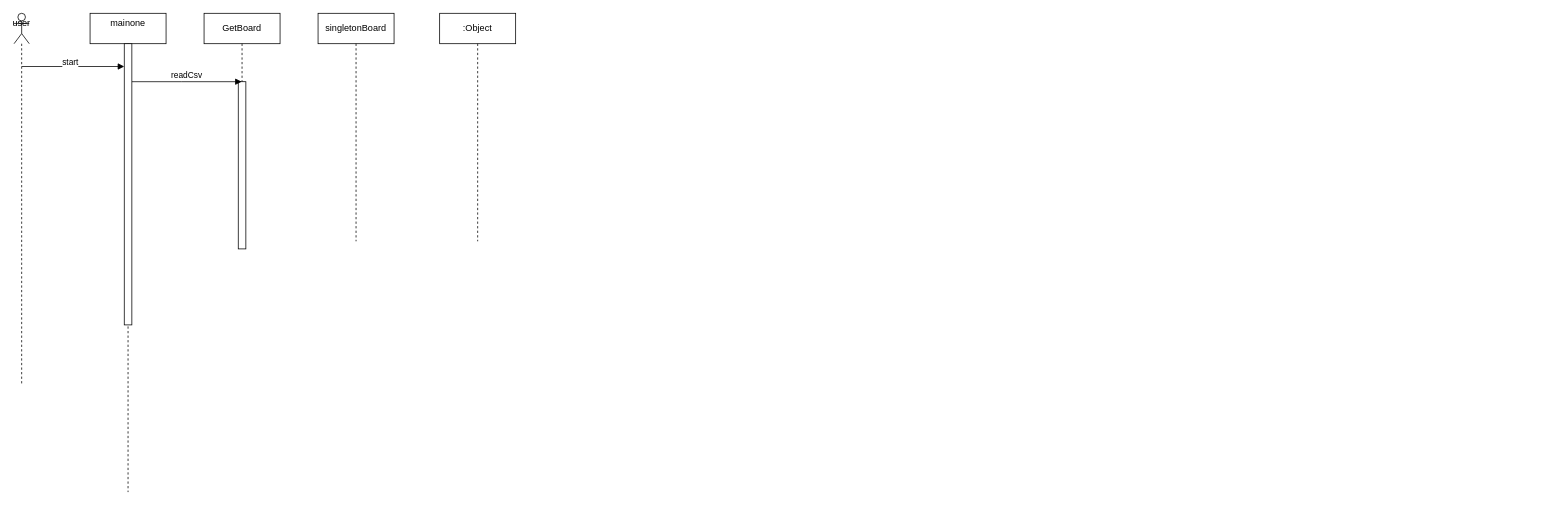
The draw.io diagram sudokuSequanceUml.drawio in catray05/lab10, before the edit. Source tidied: cells renumbered, new cells numbered last; positions are measured from the earlier drawing's top-left corner, leaving out a move shared by most shapes. Both pictures are drawn from the tidied source at 76%, with x=0, y=0 at pixel (14, 13).
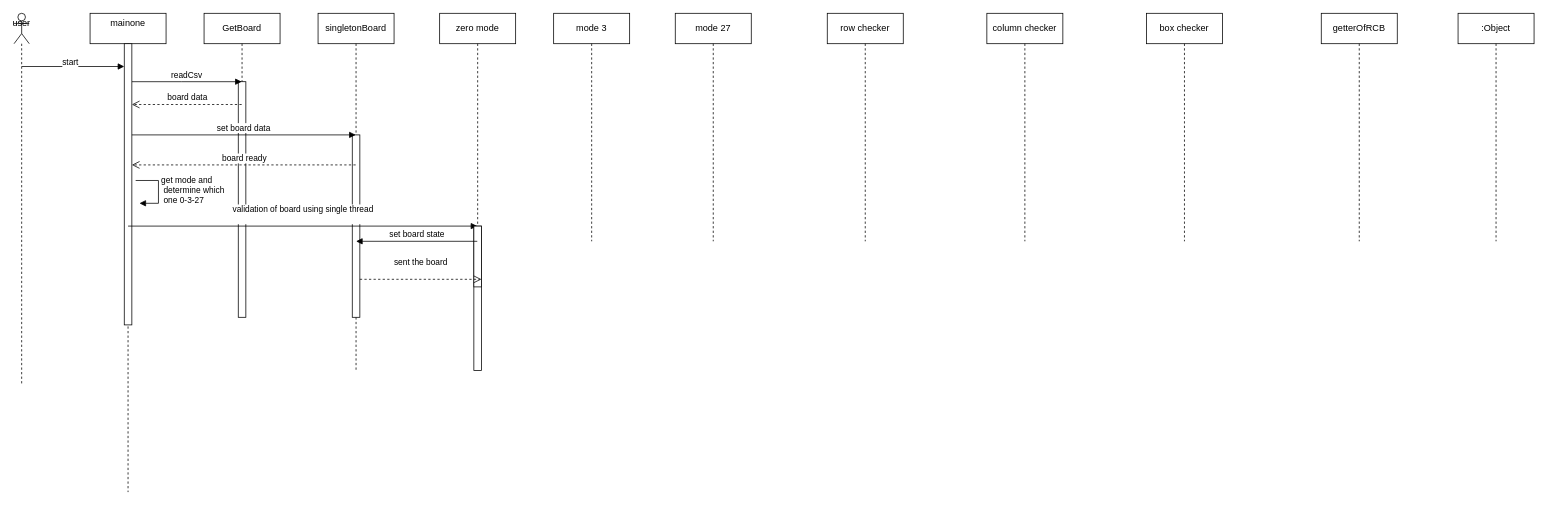
The same page after the edit.

Diff of the diagram source:
```diff
@@
     <mxCell id="5" value="GetBoard" style="shape=umlLifeline;perimeter=lifelinePerimeter;whiteSpace=wrap;html=1;outlineConnect=0;portConstraint=eastwest;newEdgeStyle={&quot;curved&quot;:0,&quot;rounded&quot;:0};" parent="1" vertex="1">
-      <mxGeometry x="250" width="100" height="310" as="geometry" />
+      <mxGeometry x="250" width="100" height="400" as="geometry" />
     </mxCell>
     <mxCell id="6" style="html=1;perimeter=orthogonalPerimeter;targetShapes=umlLifeline;newEdgeStyle={&quot;curved&quot;:0,&quot;rounded&quot;:0};" parent="5" vertex="1">
-      <mxGeometry x="45" y="90" width="10" height="220" as="geometry" />
+      <mxGeometry x="45" y="90" width="10" height="310" as="geometry" />
     </mxCell>
-    <mxCell id="7" value=":Object" style="shape=umlLifeline;perimeter=lifelinePerimeter;whiteSpace=wrap;html=1;outlineConnect=0;portConstraint=eastwest;newEdgeStyle={&quot;curved&quot;:0,&quot;rounded&quot;:0};" parent="1" vertex="1">
-      <mxGeometry x="560" width="100" height="300" as="geometry" />
+    <mxCell id="7" value="zero mode" style="shape=umlLifeline;perimeter=lifelinePerimeter;whiteSpace=wrap;html=1;outlineConnect=0;portConstraint=eastwest;newEdgeStyle={&quot;curved&quot;:0,&quot;rounded&quot;:0};" parent="1" vertex="1">
+      <mxGeometry x="560" width="100" height="370" as="geometry" />
     </mxCell>
     <mxCell id="8" value="singletonBoard" style="shape=umlLifeline;perimeter=lifelinePerimeter;whiteSpace=wrap;html=1;outlineConnect=0;portConstraint=eastwest;newEdgeStyle={&quot;curved&quot;:0,&quot;rounded&quot;:0};" parent="1" vertex="1">
-      <mxGeometry x="400" width="100" height="300" as="geometry" />
+      <mxGeometry x="400" width="100" height="470" as="geometry" />
     </mxCell>
+    <mxCell id="13" style="html=1;perimeter=orthogonalPerimeter;targetShapes=umlLifeline;newEdgeStyle={&quot;curved&quot;:0,&quot;rounded&quot;:0};" parent="8" vertex="1">
+      <mxGeometry x="45" y="160" width="10" height="240" as="geometry" />
+    </mxCell>
@@
+    <mxCell id="14" value="board data" style="html=1;verticalAlign=bottom;endArrow=open;dashed=1;endSize=8;curved=0;rounded=0;" parent="1" edge="1">
+      <mxGeometry relative="1" as="geometry">
+        <mxPoint x="299.5" y="120" as="sourcePoint" />
+        <mxPoint x="155" y="120" as="targetPoint" />
+      </mxGeometry>
+    </mxCell>
+    <mxCell id="15" value="set board data" style="html=1;verticalAlign=bottom;endArrow=block;curved=0;rounded=0;" parent="1" edge="1" target="8">
+      <mxGeometry relative="1" as="geometry">
+        <mxPoint x="155" y="160" as="sourcePoint" />
+      </mxGeometry>
+    </mxCell>
+    <mxCell id="16" value="board ready" style="html=1;verticalAlign=bottom;endArrow=open;dashed=1;endSize=8;curved=0;rounded=0;" parent="1" edge="1">
+      <mxGeometry relative="1" as="geometry">
+        <mxPoint x="449.5" y="199.5" as="sourcePoint" />
+        <mxPoint x="155" y="199.5" as="targetPoint" />
+      </mxGeometry>
+    </mxCell>
+    <mxCell id="17" value="get mode and&lt;div&gt;&amp;nbsp;determine which&lt;/div&gt;&lt;div&gt;&amp;nbsp;one 0-3-27&lt;/div&gt;" style="html=1;align=left;spacingLeft=2;endArrow=block;rounded=0;edgeStyle=orthogonalEdgeStyle;curved=0;rounded=0;" parent="1" edge="1">
+      <mxGeometry relative="1" as="geometry">
+        <mxPoint x="160" y="220" as="sourcePoint" />
+        <mxPoint x="165" y="250" as="targetPoint" />
+        <Array as="points">
+          <mxPoint x="190" y="250" />
+        </Array>
+      </mxGeometry>
+    </mxCell>
+    <mxCell id="18" style="html=1;perimeter=orthogonalPerimeter;targetShapes=umlLifeline;newEdgeStyle={&quot;curved&quot;:0,&quot;rounded&quot;:0};" parent="1" vertex="1">
+      <mxGeometry x="605" y="280" width="10" height="190" as="geometry" />
+    </mxCell>
+    <mxCell id="19" value="validation of board using single thread&lt;div&gt;&amp;nbsp;&lt;/div&gt;" style="html=1;verticalAlign=bottom;endArrow=block;curved=0;rounded=0;" parent="1" edge="1" target="7">
+      <mxGeometry relative="1" as="geometry">
+        <mxPoint x="150" y="280" as="sourcePoint" />
+      </mxGeometry>
+    </mxCell>
+    <mxCell id="20" style="html=1;perimeter=orthogonalPerimeter;targetShapes=umlLifeline;newEdgeStyle={&quot;curved&quot;:0,&quot;rounded&quot;:0};" parent="1" vertex="1">
+      <mxGeometry x="605" y="280" width="10" height="80" as="geometry" />
+    </mxCell>
+    <mxCell id="21" value="set board state" style="html=1;verticalAlign=bottom;endArrow=block;curved=0;rounded=0;entryX=1;entryY=0;entryDx=0;entryDy=5;" parent="1" edge="1" source="7">
+      <mxGeometry relative="1" as="geometry">
+        <mxPoint x="450" y="300" as="targetPoint" />
+      </mxGeometry>
+    </mxCell>
+    <mxCell id="22" value="sent the board&lt;div&gt;&lt;br&gt;&lt;/div&gt;" style="html=1;verticalAlign=bottom;endArrow=open;dashed=1;endSize=8;curved=0;rounded=0;" parent="1" edge="1">
+      <mxGeometry relative="1" as="geometry">
+        <mxPoint x="455" y="350" as="sourcePoint" />
+        <mxPoint x="615" y="350" as="targetPoint" />
+      </mxGeometry>
+    </mxCell>
+    <mxCell id="23" value="row checker" style="shape=umlLifeline;perimeter=lifelinePerimeter;whiteSpace=wrap;html=1;newEdgeStyle={&quot;curved&quot;:0,&quot;rounded&quot;:0};" parent="1" vertex="1">
+      <mxGeometry x="1070" width="100" height="300" as="geometry" />
+    </mxCell>
+    <mxCell id="24" value="mode 27" style="shape=umlLifeline;perimeter=lifelinePerimeter;whiteSpace=wrap;html=1;newEdgeStyle={&quot;curved&quot;:0,&quot;rounded&quot;:0};" parent="1" vertex="1">
+      <mxGeometry x="870" width="100" height="300" as="geometry" />
+    </mxCell>
+    <mxCell id="25" value="mode 3" style="shape=umlLifeline;perimeter=lifelinePerimeter;whiteSpace=wrap;html=1;newEdgeStyle={&quot;curved&quot;:0,&quot;rounded&quot;:0};" parent="1" vertex="1">
+      <mxGeometry x="710" width="100" height="300" as="geometry" />
+    </mxCell>
+    <mxCell id="26" value=":Object" style="shape=umlLifeline;perimeter=lifelinePerimeter;whiteSpace=wrap;html=1;newEdgeStyle={&quot;curved&quot;:0,&quot;rounded&quot;:0};" parent="1" vertex="1">
+      <mxGeometry x="1900" width="100" height="300" as="geometry" />
+    </mxCell>
+    <mxCell id="27" value="getterOfRCB" style="shape=umlLifeline;perimeter=lifelinePerimeter;whiteSpace=wrap;html=1;newEdgeStyle={&quot;curved&quot;:0,&quot;rounded&quot;:0};" parent="1" vertex="1">
+      <mxGeometry x="1720" width="100" height="300" as="geometry" />
+    </mxCell>
+    <mxCell id="28" value="box checker" style="shape=umlLifeline;perimeter=lifelinePerimeter;whiteSpace=wrap;html=1;newEdgeStyle={&quot;curved&quot;:0,&quot;rounded&quot;:0};" parent="1" vertex="1">
+      <mxGeometry x="1490" width="100" height="300" as="geometry" />
+    </mxCell>
+    <mxCell id="29" value="column checker" style="shape=umlLifeline;perimeter=lifelinePerimeter;whiteSpace=wrap;html=1;newEdgeStyle={&quot;curved&quot;:0,&quot;rounded&quot;:0};" parent="1" vertex="1">
+      <mxGeometry x="1280" width="100" height="300" as="geometry" />
+    </mxCell>
```
